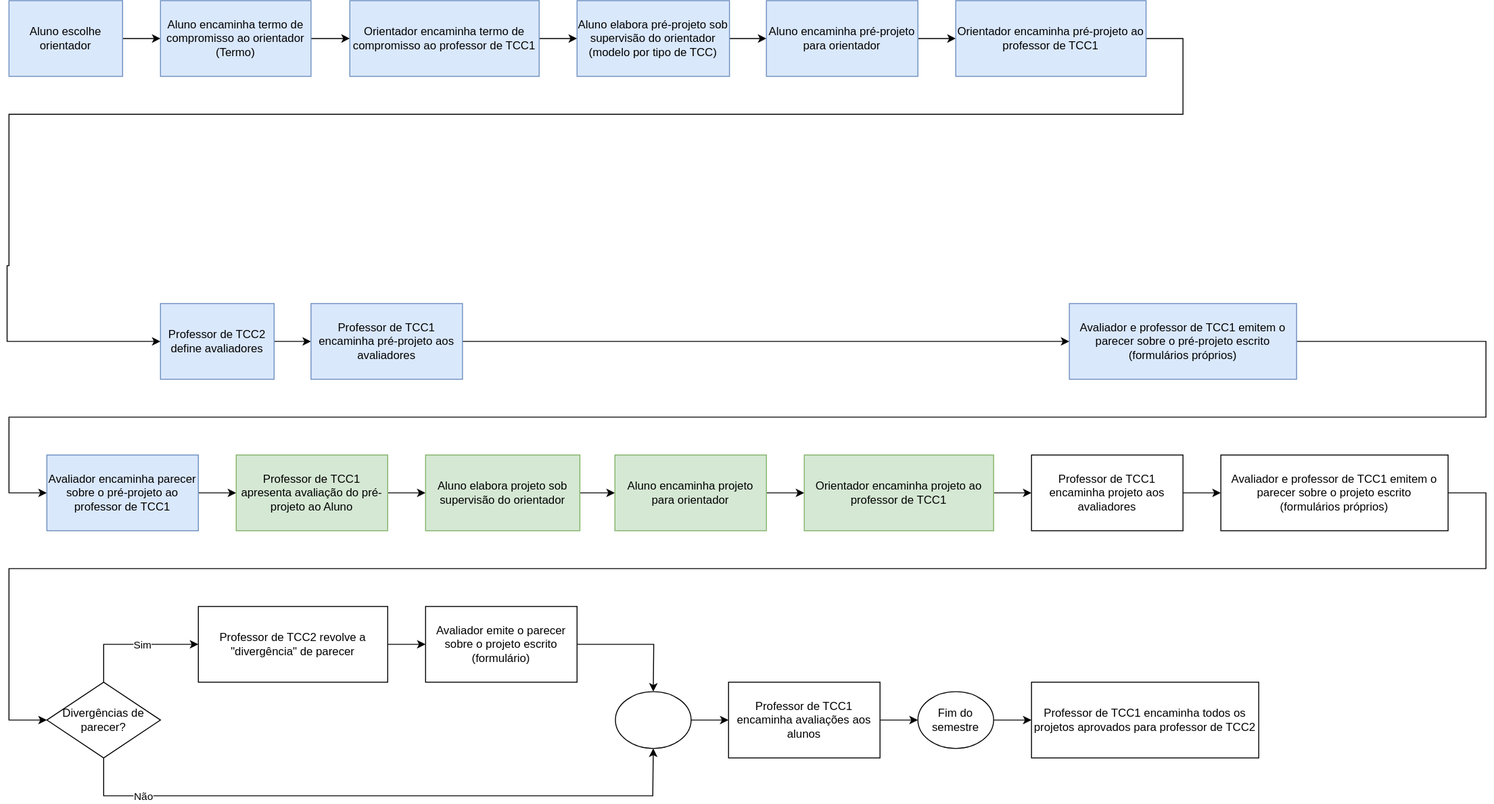
This is _SIS/Cronogramas/cronogramaFluxograma.drawio.svg from dalton-reis/disciplina_TCC1_Privado, a draw.io export, as it was before one commit. Source tidied: cells renumbered, new cells last; positions are measured from the earlier drawing's top-left corner, leaving out a move shared by most shapes.
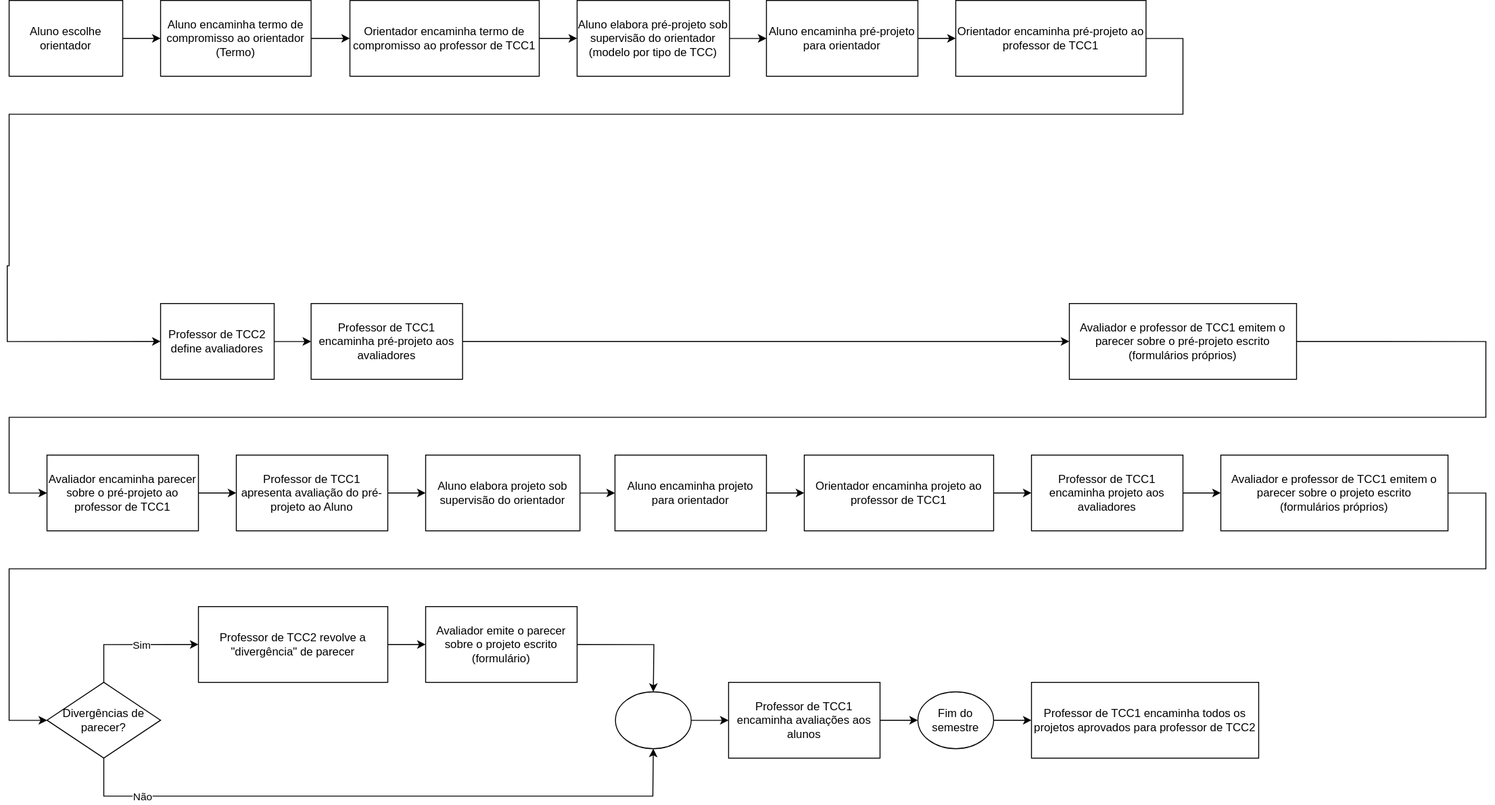
After the commit.

What changed in the source:
```diff
@@ -2,34 +2,34 @@
   <root>
     <mxCell id="0" />
     <mxCell id="1" parent="0" />
-    <mxCell id="2" style="edgeStyle=orthogonalEdgeStyle;rounded=0;jettySize=auto;html=1;fillColor=#dae8fc;strokeColor=#000000;fontColor=#000000;" parent="1" edge="1" source="3" target="5">
+    <mxCell id="2" style="edgeStyle=orthogonalEdgeStyle;rounded=0;jettySize=auto;html=1;fontColor=#000000;" parent="1" edge="1" source="3" target="5">
       <mxGeometry relative="1" as="geometry" />
     </mxCell>
-    <mxCell id="3" value="Aluno escolhe orientador" style="whiteSpace=wrap;html=1;fillColor=#dae8fc;strokeColor=#6c8ebf;" parent="1" vertex="1">
+    <mxCell id="3" value="Aluno escolhe orientador" style="whiteSpace=wrap;html=1;" parent="1" vertex="1">
       <mxGeometry x="2" width="120" height="80" as="geometry" />
     </mxCell>
-    <mxCell id="4" style="edgeStyle=orthogonalEdgeStyle;rounded=0;jettySize=auto;html=1;fillColor=#dae8fc;strokeColor=#000000;fontColor=#000000;" parent="1" edge="1" source="5" target="7">
+    <mxCell id="4" style="edgeStyle=orthogonalEdgeStyle;rounded=0;jettySize=auto;html=1;fontColor=#000000;" parent="1" edge="1" source="5" target="7">
       <mxGeometry relative="1" as="geometry" />
     </mxCell>
-    <mxCell id="5" value="Aluno encaminha termo de compromisso ao orientador&lt;br&gt;(Termo)" style="whiteSpace=wrap;html=1;fillColor=#dae8fc;strokeColor=#6c8ebf;" parent="1" vertex="1">
+    <mxCell id="5" value="Aluno encaminha termo de compromisso ao orientador&lt;br&gt;(Termo)" style="whiteSpace=wrap;html=1;" parent="1" vertex="1">
       <mxGeometry x="162" width="159" height="80" as="geometry" />
     </mxCell>
-    <mxCell id="6" style="edgeStyle=orthogonalEdgeStyle;rounded=0;jettySize=auto;html=1;fillColor=#dae8fc;strokeColor=#000000;fontColor=#000000;" parent="1" edge="1" source="7" target="9">
+    <mxCell id="6" style="edgeStyle=orthogonalEdgeStyle;rounded=0;jettySize=auto;html=1;fontColor=#000000;" parent="1" edge="1" source="7" target="9">
       <mxGeometry relative="1" as="geometry" />
     </mxCell>
-    <mxCell id="7" value="Orientador encaminha termo de compromisso ao professor de TCC1" style="whiteSpace=wrap;html=1;fillColor=#dae8fc;strokeColor=#6c8ebf;" parent="1" vertex="1">
+    <mxCell id="7" value="Orientador encaminha termo de compromisso ao professor de TCC1" style="whiteSpace=wrap;html=1;" parent="1" vertex="1">
       <mxGeometry x="362" width="200" height="80" as="geometry" />
     </mxCell>
-    <mxCell id="8" style="edgeStyle=orthogonalEdgeStyle;rounded=0;jettySize=auto;html=1;strokeColor=#000000;fontColor=#000000;fillColor=#dae8fc;" parent="1" edge="1" source="9" target="11">
+    <mxCell id="8" style="edgeStyle=orthogonalEdgeStyle;rounded=0;jettySize=auto;html=1;fontColor=#000000;" parent="1" edge="1" source="9" target="11">
       <mxGeometry relative="1" as="geometry" />
     </mxCell>
-    <mxCell id="9" value="Aluno elabora pré-projeto sob supervisão do orientador&lt;br&gt;(modelo por tipo de TCC)" style="whiteSpace=wrap;html=1;fillColor=#dae8fc;strokeColor=#6c8ebf;" parent="1" vertex="1">
+    <mxCell id="9" value="Aluno elabora pré-projeto sob supervisão do orientador&lt;br&gt;(modelo por tipo de TCC)" style="whiteSpace=wrap;html=1;" parent="1" vertex="1">
       <mxGeometry x="602" width="161" height="80" as="geometry" />
     </mxCell>
-    <mxCell id="10" style="edgeStyle=orthogonalEdgeStyle;rounded=0;jettySize=auto;html=1;fillColor=#d5e8d4;strokeColor=#000000;fontColor=#000000;" parent="1" edge="1" source="11" target="13">
+    <mxCell id="10" style="edgeStyle=orthogonalEdgeStyle;rounded=0;jettySize=auto;html=1;fontColor=#000000;" parent="1" edge="1" source="11" target="13">
       <mxGeometry relative="1" as="geometry" />
     </mxCell>
-    <mxCell id="11" value="Aluno encaminha pré-projeto para orientador" style="whiteSpace=wrap;html=1;fillColor=#dae8fc;strokeColor=#6c8ebf;" parent="1" vertex="1">
+    <mxCell id="11" value="Aluno encaminha pré-projeto para orientador" style="whiteSpace=wrap;html=1;" parent="1" vertex="1">
       <mxGeometry x="802" width="160" height="80" as="geometry" />
     </mxCell>
     <mxCell id="12" style="edgeStyle=orthogonalEdgeStyle;rounded=0;jettySize=auto;html=1;fontColor=#000000;entryX=0;entryY=0.5;entryDx=0;entryDy=0;" parent="1" edge="1" source="13" target="15">
@@ -44,13 +44,13 @@
         </Array>
       </mxGeometry>
     </mxCell>
-    <mxCell id="13" value="Orientador encaminha pré-projeto ao professor de TCC1" style="whiteSpace=wrap;html=1;fillColor=#dae8fc;strokeColor=#6c8ebf;" parent="1" vertex="1">
+    <mxCell id="13" value="Orientador encaminha pré-projeto ao professor de TCC1" style="whiteSpace=wrap;html=1;" parent="1" vertex="1">
       <mxGeometry x="1002" width="201" height="80" as="geometry" />
     </mxCell>
-    <mxCell id="14" style="edgeStyle=orthogonalEdgeStyle;rounded=0;jettySize=auto;html=1;fillColor=#d5e8d4;strokeColor=default;fontColor=#000000;" parent="1" edge="1" source="15" target="18">
+    <mxCell id="14" style="edgeStyle=orthogonalEdgeStyle;rounded=0;jettySize=auto;html=1;fontColor=#000000;" parent="1" edge="1" source="15" target="18">
       <mxGeometry relative="1" as="geometry" />
     </mxCell>
-    <mxCell id="15" value="Professor de TCC2 define avaliadores" style="whiteSpace=wrap;html=1;fillColor=#dae8fc;strokeColor=#6c8ebf;" parent="1" vertex="1">
+    <mxCell id="15" value="Professor de TCC2 define avaliadores" style="whiteSpace=wrap;html=1;" parent="1" vertex="1">
       <mxGeometry x="162" y="320" width="120" height="80" as="geometry" />
     </mxCell>
     <mxCell id="16" style="edgeStyle=orthogonalEdgeStyle;rounded=0;jettySize=auto;html=1;fontColor=#000000;exitX=1;exitY=0.5;exitDx=0;exitDy=0;" parent="1" edge="1" source="19" target="21">
@@ -66,40 +66,40 @@
     <mxCell id="17" style="edgeStyle=orthogonalEdgeStyle;rounded=0;jettySize=auto;html=1;fontColor=#000000;" parent="1" edge="1" source="18" target="19">
       <mxGeometry relative="1" as="geometry" />
     </mxCell>
-    <mxCell id="18" value="Professor de TCC1 encaminha pré-projeto aos avaliadores" style="whiteSpace=wrap;html=1;fillColor=#dae8fc;strokeColor=#6c8ebf;" parent="1" vertex="1">
+    <mxCell id="18" value="Professor de TCC1 encaminha pré-projeto aos avaliadores" style="whiteSpace=wrap;html=1;" parent="1" vertex="1">
       <mxGeometry x="321" y="320" width="160" height="80" as="geometry" />
     </mxCell>
-    <mxCell id="19" value="Avaliador e professor de TCC1 emitem o parecer sobre o pré-projeto escrito&lt;br&gt;(formulários próprios)" style="whiteSpace=wrap;html=1;fillColor=#dae8fc;strokeColor=#6c8ebf;" parent="1" vertex="1">
+    <mxCell id="19" value="Avaliador e professor de TCC1 emitem o parecer sobre o pré-projeto escrito&lt;br&gt;(formulários próprios)" style="whiteSpace=wrap;html=1;" parent="1" vertex="1">
       <mxGeometry x="1122" y="320" width="240" height="80" as="geometry" />
     </mxCell>
     <mxCell id="20" style="edgeStyle=orthogonalEdgeStyle;rounded=0;jettySize=auto;html=1;fontColor=#000000;" parent="1" edge="1" source="21" target="23">
       <mxGeometry relative="1" as="geometry" />
     </mxCell>
-    <mxCell id="21" value="Avaliador encaminha parecer sobre o pré-projeto ao professor de TCC1" style="whiteSpace=wrap;html=1;fillColor=#dae8fc;strokeColor=#6c8ebf;" parent="1" vertex="1">
+    <mxCell id="21" value="Avaliador encaminha parecer sobre o pré-projeto ao professor de TCC1" style="whiteSpace=wrap;html=1;" parent="1" vertex="1">
       <mxGeometry x="42" y="480" width="160" height="80" as="geometry" />
     </mxCell>
     <mxCell id="22" style="edgeStyle=orthogonalEdgeStyle;rounded=0;jettySize=auto;html=1;fontColor=#000000;" parent="1" edge="1" source="23" target="25">
       <mxGeometry relative="1" as="geometry" />
     </mxCell>
-    <mxCell id="23" value="Professor de TCC1 apresenta avaliação do pré-projeto ao Aluno" style="whiteSpace=wrap;html=1;fillColor=#d5e8d4;strokeColor=#82b366;" parent="1" vertex="1">
+    <mxCell id="23" value="Professor de TCC1 apresenta avaliação do pré-projeto ao Aluno" style="whiteSpace=wrap;html=1;" parent="1" vertex="1">
       <mxGeometry x="242" y="480" width="160" height="80" as="geometry" />
     </mxCell>
     <mxCell id="24" style="edgeStyle=orthogonalEdgeStyle;rounded=0;jettySize=auto;html=1;fontColor=#000000;" parent="1" edge="1" source="25" target="27">
       <mxGeometry relative="1" as="geometry" />
     </mxCell>
-    <mxCell id="25" value="Aluno elabora projeto sob supervisão do orientador" style="whiteSpace=wrap;html=1;fillColor=#d5e8d4;strokeColor=#82b366;" parent="1" vertex="1">
+    <mxCell id="25" value="Aluno elabora projeto sob supervisão do orientador" style="whiteSpace=wrap;html=1;" parent="1" vertex="1">
       <mxGeometry x="442" y="480" width="163" height="80" as="geometry" />
     </mxCell>
     <mxCell id="26" style="edgeStyle=orthogonalEdgeStyle;rounded=0;jettySize=auto;html=1;fontColor=#000000;" parent="1" edge="1" source="27" target="29">
       <mxGeometry relative="1" as="geometry" />
     </mxCell>
-    <mxCell id="27" value="Aluno encaminha projeto para orientador" style="whiteSpace=wrap;html=1;fillColor=#d5e8d4;strokeColor=#82b366;" parent="1" vertex="1">
+    <mxCell id="27" value="Aluno encaminha projeto para orientador" style="whiteSpace=wrap;html=1;" parent="1" vertex="1">
       <mxGeometry x="642" y="480" width="160" height="80" as="geometry" />
     </mxCell>
     <mxCell id="28" style="edgeStyle=orthogonalEdgeStyle;rounded=0;jettySize=auto;html=1;fontColor=#000000;" parent="1" edge="1" source="29" target="31">
       <mxGeometry relative="1" as="geometry" />
     </mxCell>
-    <mxCell id="29" value="Orientador encaminha projeto ao professor de TCC1" style="whiteSpace=wrap;html=1;fillColor=#d5e8d4;strokeColor=#82b366;" parent="1" vertex="1">
+    <mxCell id="29" value="Orientador encaminha projeto ao professor de TCC1" style="whiteSpace=wrap;html=1;" parent="1" vertex="1">
       <mxGeometry x="842" y="480" width="200" height="80" as="geometry" />
     </mxCell>
     <mxCell id="30" style="edgeStyle=orthogonalEdgeStyle;rounded=0;jettySize=auto;html=1;fontColor=#000000;" parent="1" edge="1" source="31" target="33">
```
